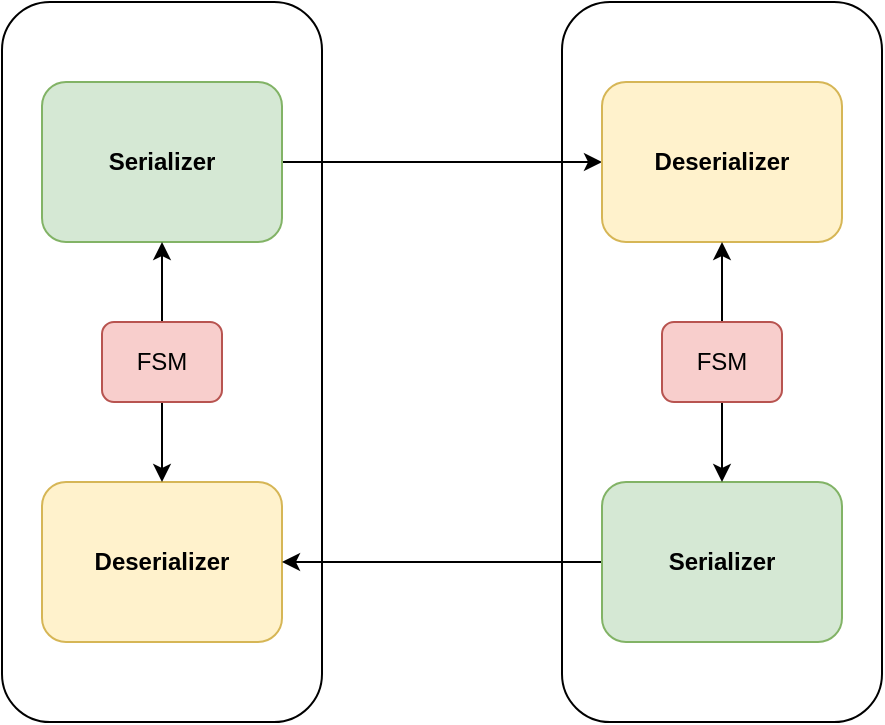
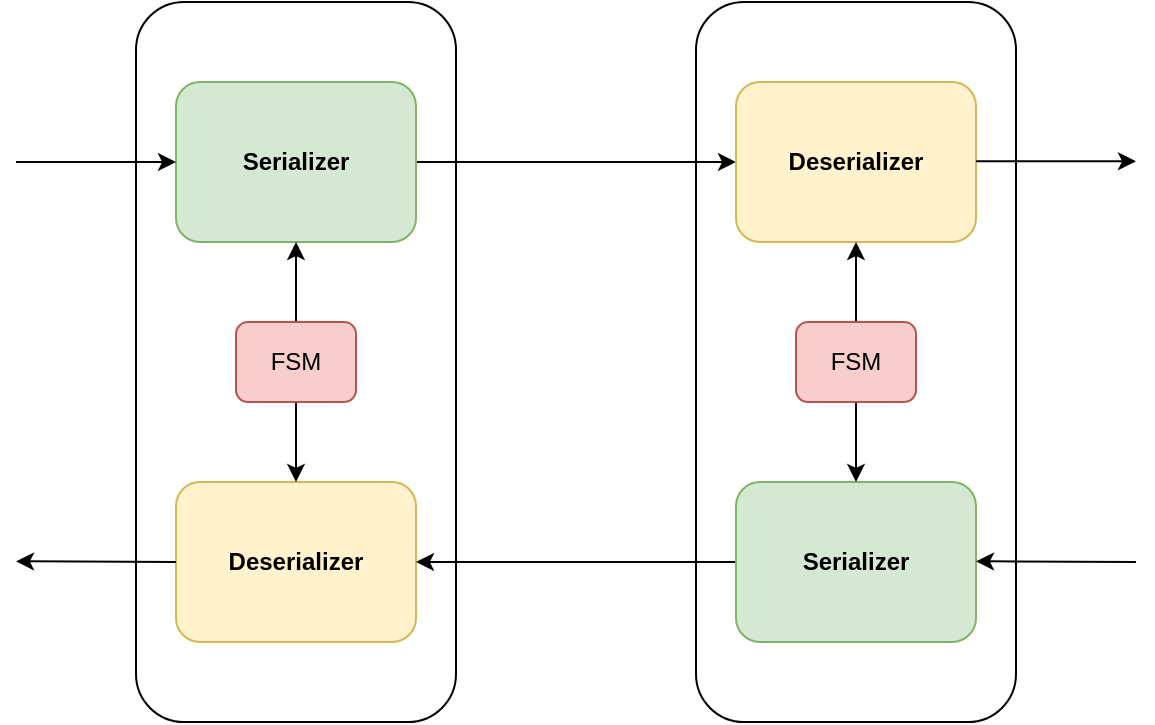
<mxfile host="app.diagrams.net">
  <diagram name="Page-1" id="W4ALeMc_fcv-iuW4_5jM">
    <mxGraphModel dx="527" dy="762" grid="1" gridSize="10" guides="1" tooltips="1" connect="1" arrows="1" fold="1" page="1" pageScale="1" pageWidth="850" pageHeight="1100" math="0" shadow="0">
      <root>
        <mxCell id="0" />
        <mxCell id="1" parent="0" />
        <mxCell id="13rOEOkUA4Yrk083lLE4-12" parent="1" style="rounded=1;whiteSpace=wrap;html=1;" value="" vertex="1">
          <mxGeometry height="360" width="160" x="460" y="160" as="geometry" />
        </mxCell>
        <mxCell id="13rOEOkUA4Yrk083lLE4-11" parent="1" style="rounded=1;whiteSpace=wrap;html=1;" value="" vertex="1">
          <mxGeometry height="360" width="160" x="180" y="160" as="geometry" />
        </mxCell>
        <mxCell id="13rOEOkUA4Yrk083lLE4-9" edge="1" parent="1" source="D67Tu_U39foHL8RCta2M-1" style="edgeStyle=orthogonalEdgeStyle;rounded=0;orthogonalLoop=1;jettySize=auto;html=1;exitX=1;exitY=0.5;exitDx=0;exitDy=0;entryX=0;entryY=0.5;entryDx=0;entryDy=0;" target="13rOEOkUA4Yrk083lLE4-4">
          <mxGeometry relative="1" as="geometry" />
        </mxCell>
        <mxCell id="D67Tu_U39foHL8RCta2M-1" parent="1" style="rounded=1;whiteSpace=wrap;html=1;fontStyle=1;fillColor=#d5e8d4;strokeColor=#82b366;" value="Serializer" vertex="1">
          <mxGeometry height="80" width="120" x="200" y="200" as="geometry" />
        </mxCell>
        <mxCell id="D67Tu_U39foHL8RCta2M-2" parent="1" style="rounded=1;whiteSpace=wrap;html=1;fontStyle=1;fillColor=#fff2cc;strokeColor=#d6b656;" value="Deserializer" vertex="1">
          <mxGeometry height="80" width="120" x="200" y="400" as="geometry" />
        </mxCell>
        <mxCell id="13rOEOkUA4Yrk083lLE4-2" edge="1" parent="1" source="13rOEOkUA4Yrk083lLE4-1" style="edgeStyle=orthogonalEdgeStyle;rounded=0;orthogonalLoop=1;jettySize=auto;html=1;entryX=0.5;entryY=1;entryDx=0;entryDy=0;" target="D67Tu_U39foHL8RCta2M-1">
          <mxGeometry relative="1" as="geometry" />
        </mxCell>
        <mxCell id="13rOEOkUA4Yrk083lLE4-3" edge="1" parent="1" source="13rOEOkUA4Yrk083lLE4-1" style="edgeStyle=orthogonalEdgeStyle;rounded=0;orthogonalLoop=1;jettySize=auto;html=1;entryX=0.5;entryY=0;entryDx=0;entryDy=0;" target="D67Tu_U39foHL8RCta2M-2">
          <mxGeometry relative="1" as="geometry" />
        </mxCell>
        <mxCell id="13rOEOkUA4Yrk083lLE4-1" parent="1" style="rounded=1;whiteSpace=wrap;html=1;fillColor=#f8cecc;strokeColor=#b85450;" value="FSM" vertex="1">
          <mxGeometry height="40" width="60" x="230" y="320" as="geometry" />
        </mxCell>
        <mxCell id="13rOEOkUA4Yrk083lLE4-4" parent="1" style="rounded=1;whiteSpace=wrap;html=1;fontStyle=1;fillColor=#fff2cc;strokeColor=#d6b656;" value="Deserializer" vertex="1">
          <mxGeometry height="80" width="120" x="480" y="200" as="geometry" />
        </mxCell>
        <mxCell id="13rOEOkUA4Yrk083lLE4-10" edge="1" parent="1" source="13rOEOkUA4Yrk083lLE4-5" style="edgeStyle=orthogonalEdgeStyle;rounded=0;orthogonalLoop=1;jettySize=auto;html=1;entryX=1;entryY=0.5;entryDx=0;entryDy=0;" target="D67Tu_U39foHL8RCta2M-2">
          <mxGeometry relative="1" as="geometry" />
        </mxCell>
        <mxCell id="13rOEOkUA4Yrk083lLE4-5" parent="1" style="rounded=1;whiteSpace=wrap;html=1;fontStyle=1;fillColor=#d5e8d4;strokeColor=#82b366;" value="Serializer" vertex="1">
          <mxGeometry height="80" width="120" x="480" y="400" as="geometry" />
        </mxCell>
        <mxCell id="13rOEOkUA4Yrk083lLE4-6" edge="1" parent="1" source="13rOEOkUA4Yrk083lLE4-8" style="edgeStyle=orthogonalEdgeStyle;rounded=0;orthogonalLoop=1;jettySize=auto;html=1;entryX=0.5;entryY=1;entryDx=0;entryDy=0;" target="13rOEOkUA4Yrk083lLE4-4">
          <mxGeometry relative="1" as="geometry" />
        </mxCell>
        <mxCell id="13rOEOkUA4Yrk083lLE4-7" edge="1" parent="1" source="13rOEOkUA4Yrk083lLE4-8" style="edgeStyle=orthogonalEdgeStyle;rounded=0;orthogonalLoop=1;jettySize=auto;html=1;entryX=0.5;entryY=0;entryDx=0;entryDy=0;" target="13rOEOkUA4Yrk083lLE4-5">
          <mxGeometry relative="1" as="geometry" />
        </mxCell>
        <mxCell id="13rOEOkUA4Yrk083lLE4-8" parent="1" style="rounded=1;whiteSpace=wrap;html=1;fillColor=#f8cecc;strokeColor=#b85450;" value="FSM" vertex="1">
          <mxGeometry height="40" width="60" x="510" y="320" as="geometry" />
        </mxCell>
+         <mxCell id="13rOEOkUA4Yrk083lLE4-13" edge="1" parent="1" style="endArrow=classic;html=1;rounded=0;" value="">
+           <mxGeometry height="50" relative="1" width="50" as="geometry">
+             <mxPoint x="120" y="240" as="sourcePoint" />
+             <mxPoint x="200" y="240" as="targetPoint" />
+           </mxGeometry>
+         </mxCell>
+         <mxCell id="13rOEOkUA4Yrk083lLE4-14" edge="1" parent="1" style="endArrow=classic;html=1;rounded=0;" value="">
+           <mxGeometry height="50" relative="1" width="50" as="geometry">
+             <mxPoint x="600" y="239.66" as="sourcePoint" />
+             <mxPoint x="680" y="239.66" as="targetPoint" />
+           </mxGeometry>
+         </mxCell>
+         <mxCell id="13rOEOkUA4Yrk083lLE4-15" edge="1" parent="1" style="endArrow=classic;html=1;rounded=0;" value="">
+           <mxGeometry height="50" relative="1" width="50" as="geometry">
+             <mxPoint x="680" y="440" as="sourcePoint" />
+             <mxPoint x="600" y="439.65999999999997" as="targetPoint" />
+           </mxGeometry>
+         </mxCell>
+         <mxCell id="13rOEOkUA4Yrk083lLE4-16" edge="1" parent="1" style="endArrow=classic;html=1;rounded=0;" value="">
+           <mxGeometry height="50" relative="1" width="50" as="geometry">
+             <mxPoint x="200" y="440" as="sourcePoint" />
+             <mxPoint x="120" y="439.65999999999997" as="targetPoint" />
+           </mxGeometry>
+         </mxCell>
      </root>
    </mxGraphModel>
  </diagram>
</mxfile>
